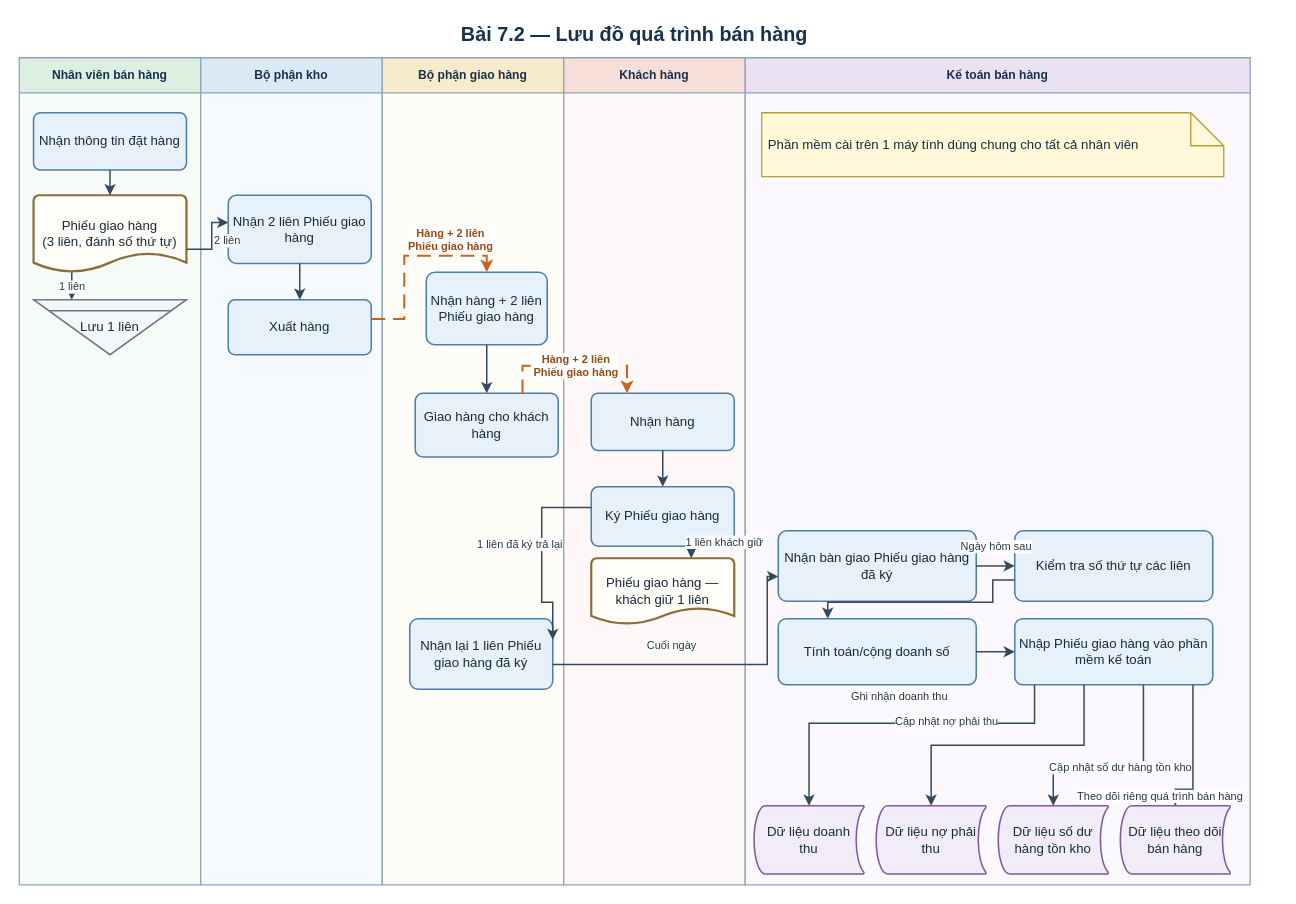
Before: assets/drawio/11_sales_flow.drawio in saigonbaddielover/thtrang, a draw.io diagram. Source tidied: cells renumbered, new cells numbered last; positions are measured from the earlier drawing's top-left corner, leaving out a move shared by most shapes. Both pictures are drawn from the tidied source at 110%, with x=0, y=0 at pixel (19, 19).
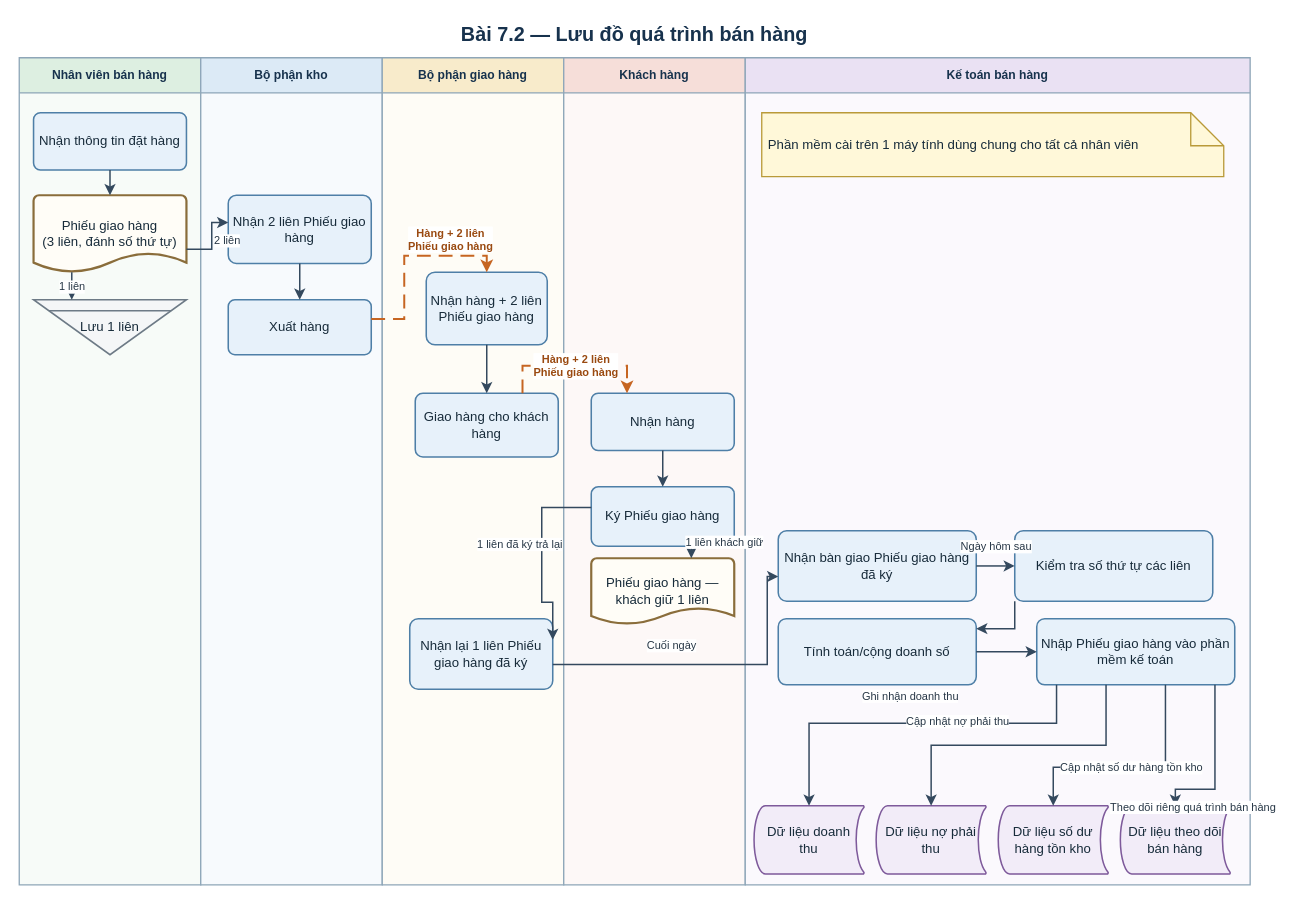
The same diagram, later.

The change refers to these unchanged cells:
```xml
<mxCell id="7" value="Kế toán bán hàng" style="swimlane;horizontal=1;startSize=32;html=1;whiteSpace=wrap;fontFamily=Arial;fontSize=11;fontStyle=1;fontColor=#17324D;align=center;verticalAlign=middle;rounded=0;fillColor=#EAE1F3;swimlaneFillColor=#FBF9FD;strokeColor=#8EA6B8;strokeWidth=1.2;" parent="1" vertex="1">
  <mxGeometry x="660" y="35" width="459" height="752" as="geometry" />
</mxCell>
<mxCell id="20" value="Kiểm tra số thứ tự các liên" style="rounded=1;arcSize=12;html=1;whiteSpace=wrap;fontFamily=Arial;align=center;verticalAlign=middle;fontColor=#172B3A; fontSize=11;spacing=5;fillColor=#E7F1FA;strokeColor=#4E7FA7;strokeWidth=1.4;" parent="7" vertex="1">
  <mxGeometry x="245" y="430" width="180" height="64" as="geometry" />
</mxCell>
<mxCell id="21" value="Tính toán/cộng doanh số" style="rounded=1;arcSize=12;html=1;whiteSpace=wrap;fontFamily=Arial;align=center;verticalAlign=middle;fontColor=#172B3A; fontSize=11;spacing=5;fillColor=#E7F1FA;strokeColor=#4E7FA7;strokeWidth=1.4;" parent="7" vertex="1">
  <mxGeometry x="30" y="510" width="180" height="60" as="geometry" />
</mxCell>
<mxCell id="23" value="Dữ liệu doanh thu" style="shape=mxgraph.flowchart.stored_data;html=1;whiteSpace=wrap;fontFamily=Arial;align=center;verticalAlign=middle;fontColor=#172B3A; fontSize=10.5;spacing=4;fillColor=#F2ECF8;strokeColor=#7E5A9B;strokeWidth=1.4;" parent="7" vertex="1">
  <mxGeometry x="8" y="680" width="100" height="62" as="geometry" />
</mxCell>
<mxCell id="24" value="Dữ liệu nợ phải thu" style="shape=mxgraph.flowchart.stored_data;html=1;whiteSpace=wrap;fontFamily=Arial;align=center;verticalAlign=middle;fontColor=#172B3A; fontSize=10.5;spacing=4;fillColor=#F2ECF8;strokeColor=#7E5A9B;strokeWidth=1.4;" parent="7" vertex="1">
  <mxGeometry x="119" y="680" width="100" height="62" as="geometry" />
</mxCell>
<mxCell id="25" value="Dữ liệu số dư hàng tồn kho" style="shape=mxgraph.flowchart.stored_data;html=1;whiteSpace=wrap;fontFamily=Arial;align=center;verticalAlign=middle;fontColor=#172B3A; fontSize=10.5;spacing=4;fillColor=#F2ECF8;strokeColor=#7E5A9B;strokeWidth=1.4;" parent="7" vertex="1">
  <mxGeometry x="230" y="680" width="100" height="62" as="geometry" />
</mxCell>
<mxCell id="26" value="Dữ liệu theo dõi bán hàng" style="shape=mxgraph.flowchart.stored_data;html=1;whiteSpace=wrap;fontFamily=Arial;align=center;verticalAlign=middle;fontColor=#172B3A; fontSize=10.5;spacing=4;fillColor=#F2ECF8;strokeColor=#7E5A9B;strokeWidth=1.4;" parent="7" vertex="1">
  <mxGeometry x="341" y="680" width="100" height="62" as="geometry" />
</mxCell>
```

What changed in the source:
```diff
@@
     <mxCell id="22" value="Nhập Phiếu giao hàng vào phần mềm kế toán" style="rounded=1;arcSize=12;html=1;whiteSpace=wrap;fontFamily=Arial;align=center;verticalAlign=middle;fontColor=#172B3A; fontSize=11;spacing=5;fillColor=#E7F1FA;strokeColor=#4E7FA7;strokeWidth=1.4;" parent="7" vertex="1">
-      <mxGeometry x="245" y="510" width="180" height="60" as="geometry" />
+      <mxGeometry x="265" y="510" width="180" height="60" as="geometry" />
     </mxCell>
@@
-    <mxCell id="40" style="edgeStyle=orthogonalEdgeStyle;rounded=0;jettySize=auto;html=1;fontFamily=Arial;fontSize=10;fontColor=#273746;labelBackgroundColor=#FFFFFF;strokeColor=#34495E;strokeWidth=1.35;endArrow=classic;endFill=1;exitX=0;exitY=0.7;entryX=0.25;entryY=0;" parent="1" edge="1" source="20" target="21">
+    <mxCell id="40" style="edgeStyle=orthogonalEdgeStyle;rounded=0;jettySize=auto;html=1;fontFamily=Arial;fontSize=10;fontColor=#273746;labelBackgroundColor=#FFFFFF;strokeColor=#34495E;strokeWidth=1.35;endArrow=classic;endFill=1;exitX=0;exitY=1;entryX=1;entryY=0.15;" parent="1" edge="1" source="20" target="21">
       <mxGeometry relative="1" as="geometry">
         <Array as="points">
-          <mxPoint x="885" y="509.8" />
-          <mxPoint x="885" y="530" />
-          <mxPoint x="735" y="530" />
+          <mxPoint x="905" y="554" />
         </Array>
       </mxGeometry>
     </mxCell>
@@
     <mxCell id="42" value="Ghi nhận doanh thu" style="edgeStyle=orthogonalEdgeStyle;rounded=0;jettySize=auto;html=1;fontFamily=Arial;fontSize=10;fontColor=#273746;labelBackgroundColor=#FFFFFF;strokeColor=#34495E;strokeWidth=1.35;endArrow=classic;endFill=1;exitX=0.1;exitY=1;entryX=0.5;entryY=0;" parent="1" edge="1" source="22" target="23">
       <mxGeometry relative="1" as="geometry">
         <Array as="points">
-          <mxPoint x="923" y="640" />
+          <mxPoint x="943" y="640" />
           <mxPoint x="718" y="640" />
         </Array>
         <mxPoint y="-25" as="offset" />
       </mxGeometry>
     </mxCell>
     <mxCell id="43" value="Cập nhật nợ phải thu" style="edgeStyle=orthogonalEdgeStyle;rounded=0;jettySize=auto;html=1;fontFamily=Arial;fontSize=10;fontColor=#273746;labelBackgroundColor=#FFFFFF;strokeColor=#34495E;strokeWidth=1.35;endArrow=classic;endFill=1;exitX=0.35;exitY=1;entryX=0.5;entryY=0;" parent="1" edge="1" source="22" target="24">
       <mxGeometry relative="1" as="geometry">
         <Array as="points">
-          <mxPoint x="968" y="660" />
+          <mxPoint x="988" y="660" />
           <mxPoint x="829" y="660" />
         </Array>
         <mxPoint x="-55" y="-22" as="offset" />
       </mxGeometry>
     </mxCell>
     <mxCell id="44" value="Cập nhật số dư hàng tồn kho" style="edgeStyle=orthogonalEdgeStyle;rounded=0;jettySize=auto;html=1;fontFamily=Arial;fontSize=10;fontColor=#273746;labelBackgroundColor=#FFFFFF;strokeColor=#34495E;strokeWidth=1.35;endArrow=classic;endFill=1;exitX=0.65;exitY=1;entryX=0.5;entryY=0;" parent="1" edge="1" source="22" target="25">
       <mxGeometry relative="1" as="geometry">
         <Array as="points">
-          <mxPoint x="1022" y="680" />
+          <mxPoint x="1042" y="680" />
           <mxPoint x="940" y="680" />
         </Array>
       </mxGeometry>
     </mxCell>
     <mxCell id="45" value="Theo dõi riêng quá trình bán hàng" style="edgeStyle=orthogonalEdgeStyle;rounded=0;jettySize=auto;html=1;fontFamily=Arial;fontSize=10;fontColor=#273746;labelBackgroundColor=#FFFFFF;strokeColor=#34495E;strokeWidth=1.35;endArrow=classic;endFill=1;exitX=0.9;exitY=1;entryX=0.5;entryY=0;" parent="1" edge="1" source="22" target="26">
       <mxGeometry relative="1" as="geometry">
         <Array as="points">
-          <mxPoint x="1067" y="700" />
+          <mxPoint x="1087" y="700" />
           <mxPoint x="1051" y="700" />
         </Array>
-        <mxPoint x="-30" y="38" as="offset" />
+        <mxPoint x="-20" y="38" as="offset" />
       </mxGeometry>
     </mxCell>
```
